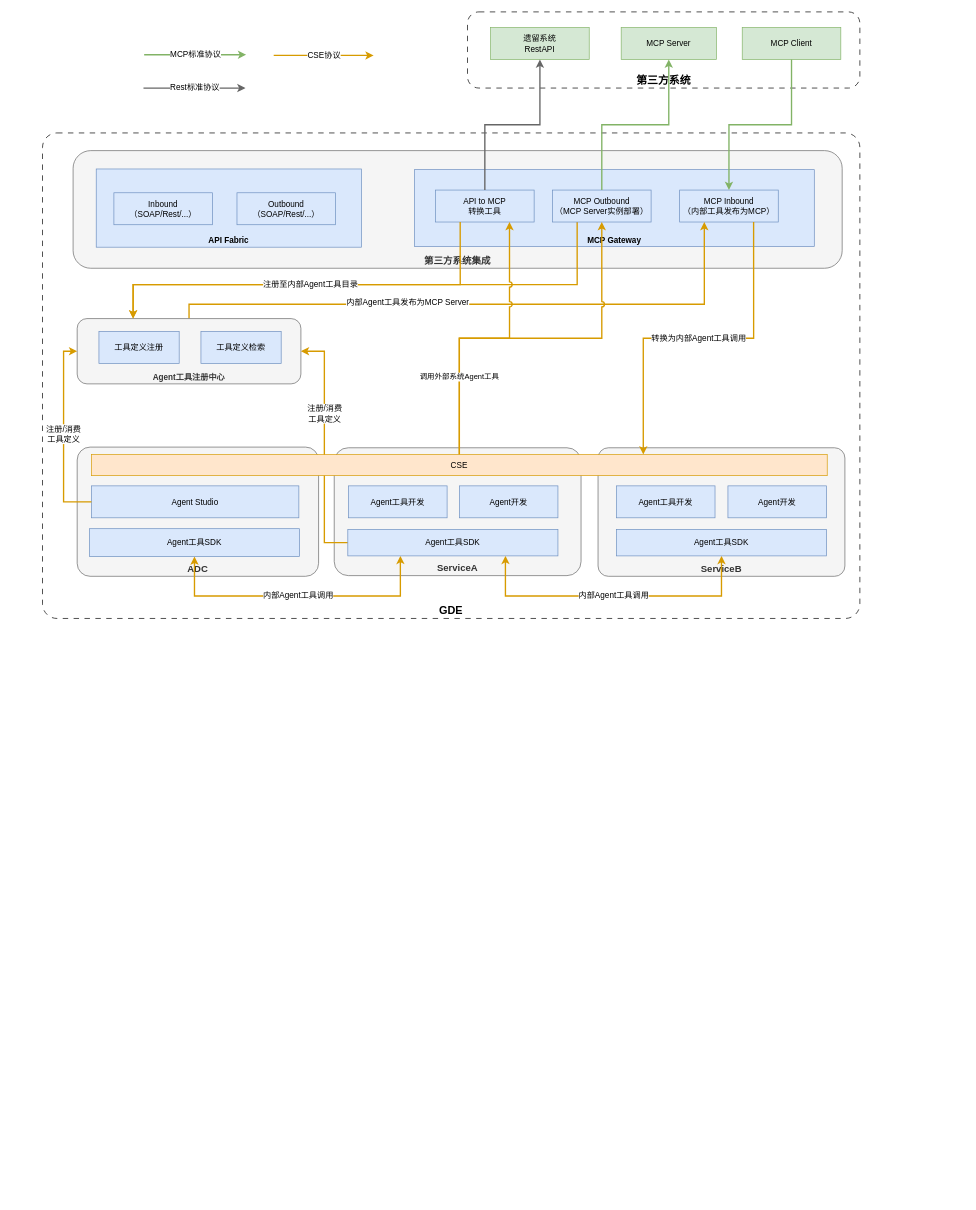
Earlier version of the draw.io diagram MCP网关.drawio (zhufeizzz/drawio). Source tidied: cells renumbered, new cells numbered last; positions are measured from the earlier drawing's top-left corner, leaving out a move shared by most shapes. Both pictures are drawn from the tidied source at 68%, with x=0, y=0 at pixel (42, 12).
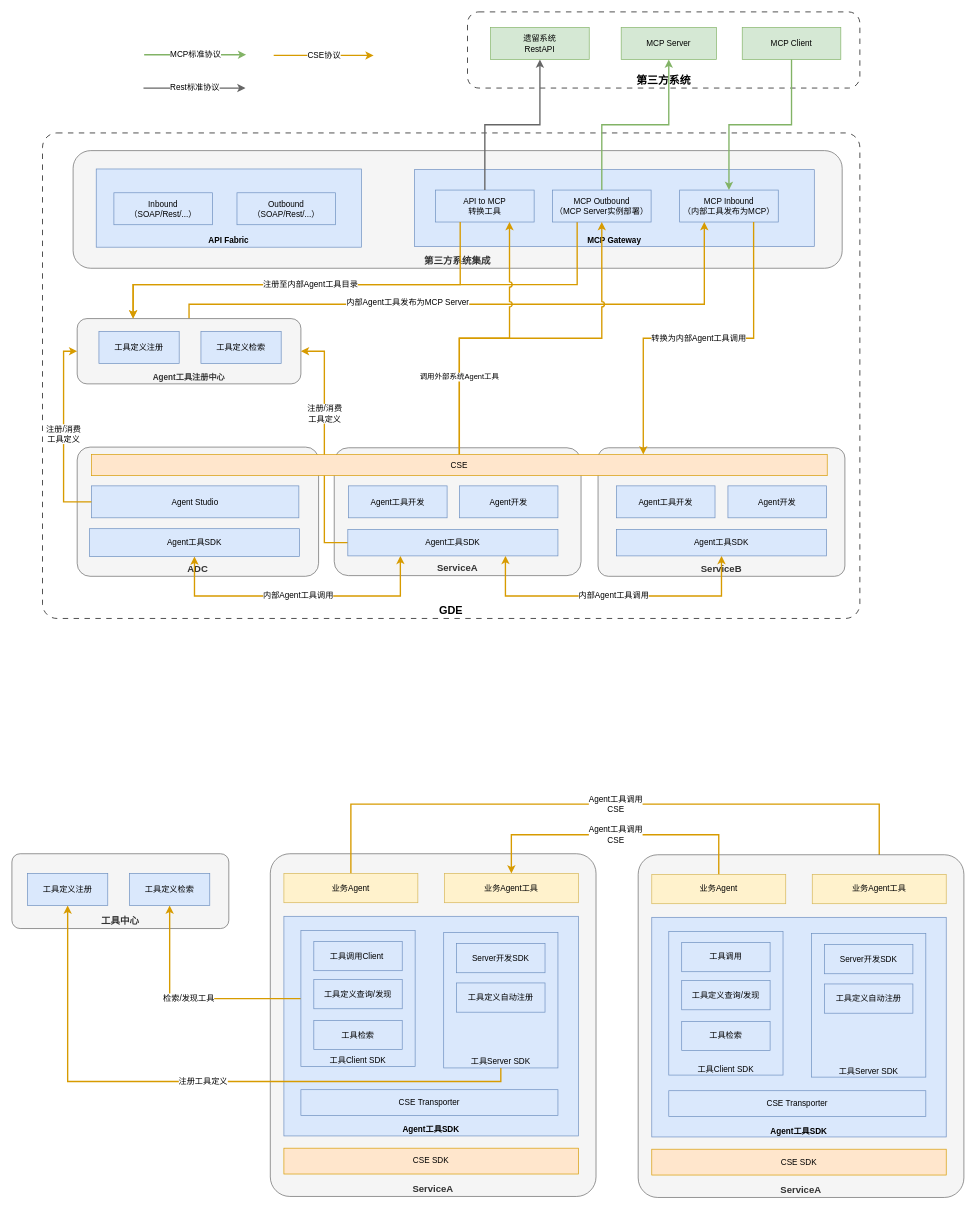
Above is the later version.

Diff of the diagram source:
```diff
@@
+    <mxCell id="46" value="&lt;b&gt;ServiceA&lt;/b&gt;" style="rounded=1;whiteSpace=wrap;html=1;verticalAlign=bottom;fillColor=#f5f5f5;fontColor=#333333;strokeColor=#666666;arcSize=6;fontSize=14;" parent="1" vertex="1">
+      <mxGeometry x="335" y="1238" width="479" height="504" as="geometry" />
+    </mxCell>
+    <mxCell id="47" value="Agent工具SDK" style="rounded=0;whiteSpace=wrap;html=1;fillColor=#dae8fc;strokeColor=#6c8ebf;verticalAlign=bottom;fontStyle=1;" parent="1" vertex="1">
+      <mxGeometry x="355" y="1330" width="433" height="323" as="geometry" />
+    </mxCell>
+    <mxCell id="48" value="&lt;b&gt;工具中心&lt;/b&gt;" style="rounded=1;whiteSpace=wrap;html=1;verticalAlign=bottom;fillColor=#f5f5f5;fontColor=#333333;strokeColor=#666666;arcSize=11;fontSize=14;" parent="1" vertex="1">
+      <mxGeometry x="-45" y="1238" width="319" height="110" as="geometry" />
+    </mxCell>
+    <mxCell id="49" value="&lt;font style=&quot;font-size: 12px;&quot;&gt;检索/发现工具&lt;/font&gt;" style="edgeStyle=orthogonalEdgeStyle;rounded=0;jettySize=auto;html=1;exitX=0;exitY=0.5;exitDx=0;exitDy=0;entryX=0.5;entryY=1;entryDx=0;entryDy=0;fillColor=#ffe6cc;strokeColor=#d79b00;strokeWidth=2;" parent="1" edge="1" source="50" target="77">
+      <mxGeometry relative="1" as="geometry" />
+    </mxCell>
+    <mxCell id="50" value="工具Client SDK" style="rounded=0;whiteSpace=wrap;html=1;fillColor=#dae8fc;strokeColor=#6c8ebf;verticalAlign=bottom;" parent="1" vertex="1">
+      <mxGeometry x="380" y="1351" width="168" height="200" as="geometry" />
+    </mxCell>
+    <mxCell id="51" value="工具调用Client&amp;nbsp;" style="rounded=0;whiteSpace=wrap;html=1;fillColor=#dae8fc;strokeColor=#6c8ebf;verticalAlign=middle;" parent="1" vertex="1">
+      <mxGeometry x="399" y="1367" width="130" height="43" as="geometry" />
+    </mxCell>
+    <mxCell id="52" value="工具定义查询/发现" style="rounded=0;whiteSpace=wrap;html=1;fillColor=#dae8fc;strokeColor=#6c8ebf;verticalAlign=middle;" parent="1" vertex="1">
+      <mxGeometry x="399" y="1423" width="130" height="43" as="geometry" />
+    </mxCell>
+    <mxCell id="53" value="工具检索" style="rounded=0;whiteSpace=wrap;html=1;fillColor=#dae8fc;strokeColor=#6c8ebf;verticalAlign=middle;" parent="1" vertex="1">
+      <mxGeometry x="399" y="1483" width="130" height="43" as="geometry" />
+    </mxCell>
+    <mxCell id="54" value="&lt;span style=&quot;font-size: 12px;&quot;&gt;注册工具定义&lt;/span&gt;" style="edgeStyle=orthogonalEdgeStyle;rounded=0;jettySize=auto;html=1;exitX=0.5;exitY=1;exitDx=0;exitDy=0;entryX=0.5;entryY=1;entryDx=0;entryDy=0;fillColor=#ffe6cc;strokeColor=#d79b00;strokeWidth=2;" parent="1" edge="1" source="55" target="78">
+      <mxGeometry relative="1" as="geometry" />
+    </mxCell>
+    <mxCell id="55" value="工具Server SDK" style="rounded=0;whiteSpace=wrap;html=1;fillColor=#dae8fc;strokeColor=#6c8ebf;verticalAlign=bottom;" parent="1" vertex="1">
+      <mxGeometry x="590" y="1354" width="168" height="199" as="geometry" />
+    </mxCell>
+    <mxCell id="56" value="Server开发SDK" style="rounded=0;whiteSpace=wrap;html=1;fillColor=#dae8fc;strokeColor=#6c8ebf;verticalAlign=middle;" parent="1" vertex="1">
+      <mxGeometry x="609" y="1370" width="130" height="43" as="geometry" />
+    </mxCell>
+    <mxCell id="57" value="工具定义自动注册" style="rounded=0;whiteSpace=wrap;html=1;fillColor=#dae8fc;strokeColor=#6c8ebf;verticalAlign=middle;" parent="1" vertex="1">
+      <mxGeometry x="609" y="1428" width="130" height="43" as="geometry" />
+    </mxCell>
+    <mxCell id="58" value="CSE&amp;nbsp;&lt;span style=&quot;background-color: transparent; color: light-dark(rgb(0, 0, 0), rgb(255, 255, 255));&quot;&gt;Transporter&lt;/span&gt;" style="rounded=0;whiteSpace=wrap;html=1;fillColor=#dae8fc;strokeColor=#6c8ebf;verticalAlign=middle;" parent="1" vertex="1">
+      <mxGeometry x="380" y="1585" width="378" height="38" as="geometry" />
+    </mxCell>
+    <mxCell id="59" value="CSE SDK" style="rounded=0;whiteSpace=wrap;html=1;fillColor=#ffe6cc;strokeColor=#d79b00;verticalAlign=middle;" parent="1" vertex="1">
+      <mxGeometry x="355" y="1671" width="433" height="38" as="geometry" />
+    </mxCell>
+    <mxCell id="60" value="&lt;font style=&quot;font-size: 12px;&quot;&gt;Agent工具调用&lt;/font&gt;&lt;div&gt;&lt;font style=&quot;font-size: 12px;&quot;&gt;CSE&lt;/font&gt;&lt;/div&gt;" style="edgeStyle=orthogonalEdgeStyle;rounded=0;jettySize=auto;html=1;exitX=0.5;exitY=0;exitDx=0;exitDy=0;entryX=0.5;entryY=0;entryDx=0;entryDy=0;fillColor=#ffe6cc;strokeColor=#d79b00;strokeWidth=2;" parent="1" edge="1" source="61" target="76">
+      <mxGeometry relative="1" as="geometry">
+        <Array as="points">
+          <mxPoint x="454" y="1165" />
+          <mxPoint x="1231" y="1165" />
+        </Array>
+      </mxGeometry>
+    </mxCell>
+    <mxCell id="61" value="业务Agent" style="rounded=0;whiteSpace=wrap;html=1;fillColor=#fff2cc;strokeColor=#d6b656;verticalAlign=middle;" parent="1" vertex="1">
+      <mxGeometry x="355" y="1267" width="197" height="43" as="geometry" />
+    </mxCell>
+    <mxCell id="62" value="业务Agent工具" style="rounded=0;whiteSpace=wrap;html=1;fillColor=#fff2cc;strokeColor=#d6b656;verticalAlign=middle;" parent="1" vertex="1">
+      <mxGeometry x="591" y="1267" width="197" height="43" as="geometry" />
+    </mxCell>
+    <mxCell id="63" value="&lt;b&gt;ServiceA&lt;/b&gt;" style="rounded=1;whiteSpace=wrap;html=1;verticalAlign=bottom;fillColor=#f5f5f5;fontColor=#333333;strokeColor=#666666;arcSize=6;fontSize=14;" parent="1" vertex="1">
+      <mxGeometry x="876" y="1239.5" width="479" height="504" as="geometry" />
+    </mxCell>
+    <mxCell id="64" value="Agent工具SDK" style="rounded=0;whiteSpace=wrap;html=1;fillColor=#dae8fc;strokeColor=#6c8ebf;verticalAlign=bottom;fontStyle=1;" parent="1" vertex="1">
+      <mxGeometry x="896" y="1331.5" width="433" height="323" as="geometry" />
+    </mxCell>
+    <mxCell id="65" value="工具Client SDK" style="rounded=0;whiteSpace=wrap;html=1;fillColor=#dae8fc;strokeColor=#6c8ebf;verticalAlign=bottom;" parent="1" vertex="1">
+      <mxGeometry x="921" y="1352.5" width="168" height="211" as="geometry" />
+    </mxCell>
+    <mxCell id="66" value="工具调用" style="rounded=0;whiteSpace=wrap;html=1;fillColor=#dae8fc;strokeColor=#6c8ebf;verticalAlign=middle;" parent="1" vertex="1">
+      <mxGeometry x="940" y="1368.5" width="130" height="43" as="geometry" />
+    </mxCell>
+    <mxCell id="67" value="工具定义查询/发现" style="rounded=0;whiteSpace=wrap;html=1;fillColor=#dae8fc;strokeColor=#6c8ebf;verticalAlign=middle;" parent="1" vertex="1">
+      <mxGeometry x="940" y="1424.5" width="130" height="43" as="geometry" />
+    </mxCell>
+    <mxCell id="68" value="工具检索" style="rounded=0;whiteSpace=wrap;html=1;fillColor=#dae8fc;strokeColor=#6c8ebf;verticalAlign=middle;" parent="1" vertex="1">
+      <mxGeometry x="940" y="1484.5" width="130" height="43" as="geometry" />
+    </mxCell>
+    <mxCell id="69" value="工具Server SDK" style="rounded=0;whiteSpace=wrap;html=1;fillColor=#dae8fc;strokeColor=#6c8ebf;verticalAlign=bottom;" parent="1" vertex="1">
+      <mxGeometry x="1131" y="1355.5" width="168" height="211" as="geometry" />
+    </mxCell>
+    <mxCell id="70" value="Server开发SDK" style="rounded=0;whiteSpace=wrap;html=1;fillColor=#dae8fc;strokeColor=#6c8ebf;verticalAlign=middle;" parent="1" vertex="1">
+      <mxGeometry x="1150" y="1371.5" width="130" height="43" as="geometry" />
+    </mxCell>
+    <mxCell id="71" value="工具定义自动注册" style="rounded=0;whiteSpace=wrap;html=1;fillColor=#dae8fc;strokeColor=#6c8ebf;verticalAlign=middle;" parent="1" vertex="1">
+      <mxGeometry x="1150" y="1429.5" width="130" height="43" as="geometry" />
+    </mxCell>
+    <mxCell id="72" value="CSE&amp;nbsp;&lt;span style=&quot;background-color: transparent; color: light-dark(rgb(0, 0, 0), rgb(255, 255, 255));&quot;&gt;Transporter&lt;/span&gt;" style="rounded=0;whiteSpace=wrap;html=1;fillColor=#dae8fc;strokeColor=#6c8ebf;verticalAlign=middle;" parent="1" vertex="1">
+      <mxGeometry x="921" y="1586.5" width="378" height="38" as="geometry" />
+    </mxCell>
+    <mxCell id="73" value="CSE SDK" style="rounded=0;whiteSpace=wrap;html=1;fillColor=#ffe6cc;strokeColor=#d79b00;verticalAlign=middle;" parent="1" vertex="1">
+      <mxGeometry x="896" y="1672.5" width="433" height="38" as="geometry" />
+    </mxCell>
+    <mxCell id="74" value="&lt;font style=&quot;font-size: 12px;&quot;&gt;Agent工具调用&lt;/font&gt;&lt;div&gt;&lt;font style=&quot;font-size: 12px;&quot;&gt;CSE&lt;/font&gt;&lt;/div&gt;" style="edgeStyle=orthogonalEdgeStyle;rounded=0;jettySize=auto;html=1;exitX=0.5;exitY=0;exitDx=0;exitDy=0;entryX=0.5;entryY=0;entryDx=0;entryDy=0;fillColor=#ffe6cc;strokeColor=#d79b00;strokeWidth=2;" parent="1" edge="1" source="75" target="62">
+      <mxGeometry relative="1" as="geometry">
+        <Array as="points">
+          <mxPoint x="995" y="1210" />
+          <mxPoint x="690" y="1210" />
+        </Array>
+      </mxGeometry>
+    </mxCell>
+    <mxCell id="75" value="业务Agent" style="rounded=0;whiteSpace=wrap;html=1;fillColor=#fff2cc;strokeColor=#d6b656;verticalAlign=middle;" parent="1" vertex="1">
+      <mxGeometry x="896" y="1268.5" width="197" height="43" as="geometry" />
+    </mxCell>
+    <mxCell id="76" value="业务Agent工具" style="rounded=0;whiteSpace=wrap;html=1;fillColor=#fff2cc;strokeColor=#d6b656;verticalAlign=middle;" parent="1" vertex="1">
+      <mxGeometry x="1132" y="1268.5" width="197" height="43" as="geometry" />
+    </mxCell>
+    <mxCell id="77" value="工具定义检索" style="rounded=0;whiteSpace=wrap;html=1;fillColor=#dae8fc;strokeColor=#6c8ebf;" parent="1" vertex="1">
+      <mxGeometry x="128" y="1267" width="118" height="47" as="geometry" />
+    </mxCell>
+    <mxCell id="78" value="工具定义注册" style="rounded=0;whiteSpace=wrap;html=1;fillColor=#dae8fc;strokeColor=#6c8ebf;" parent="1" vertex="1">
+      <mxGeometry x="-22" y="1267" width="118" height="47" as="geometry" />
+    </mxCell>
```
